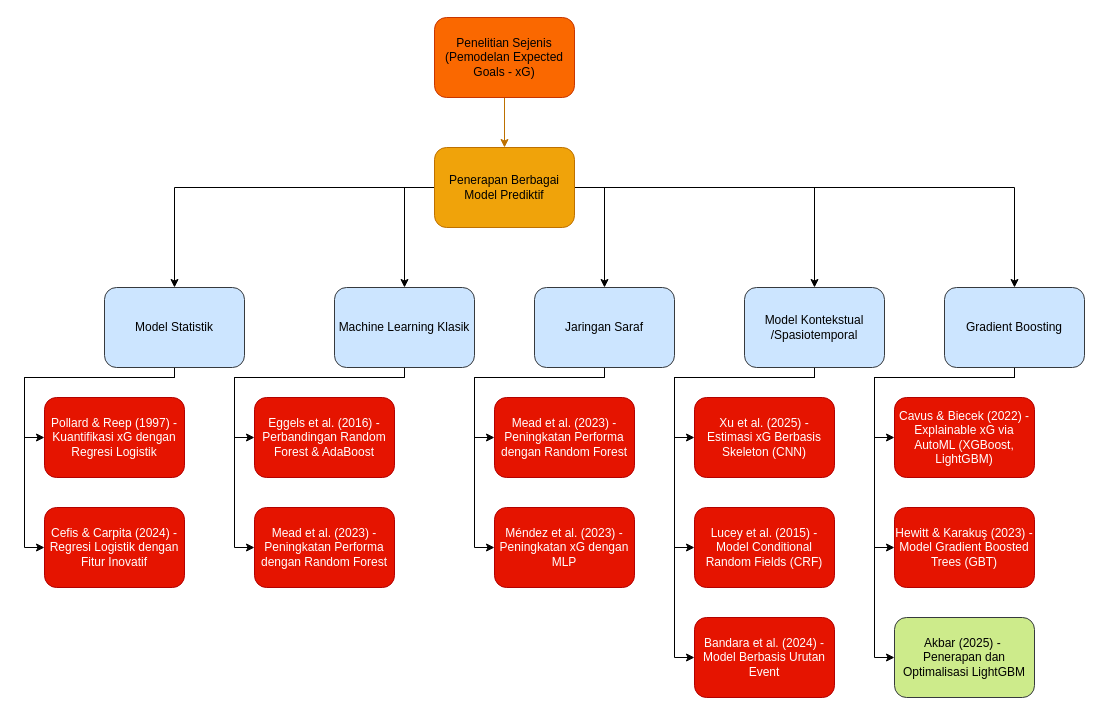
Before: diagrams/ranah penelitian.drawio in fadhilra101/skripsi, a draw.io diagram. Source tidied: cells renumbered, new cells numbered last; positions are measured from the earlier drawing's top-left corner, leaving out a move shared by most shapes. Both pictures are drawn from the tidied source at 100%, with x=0, y=0 at pixel (24, 17).
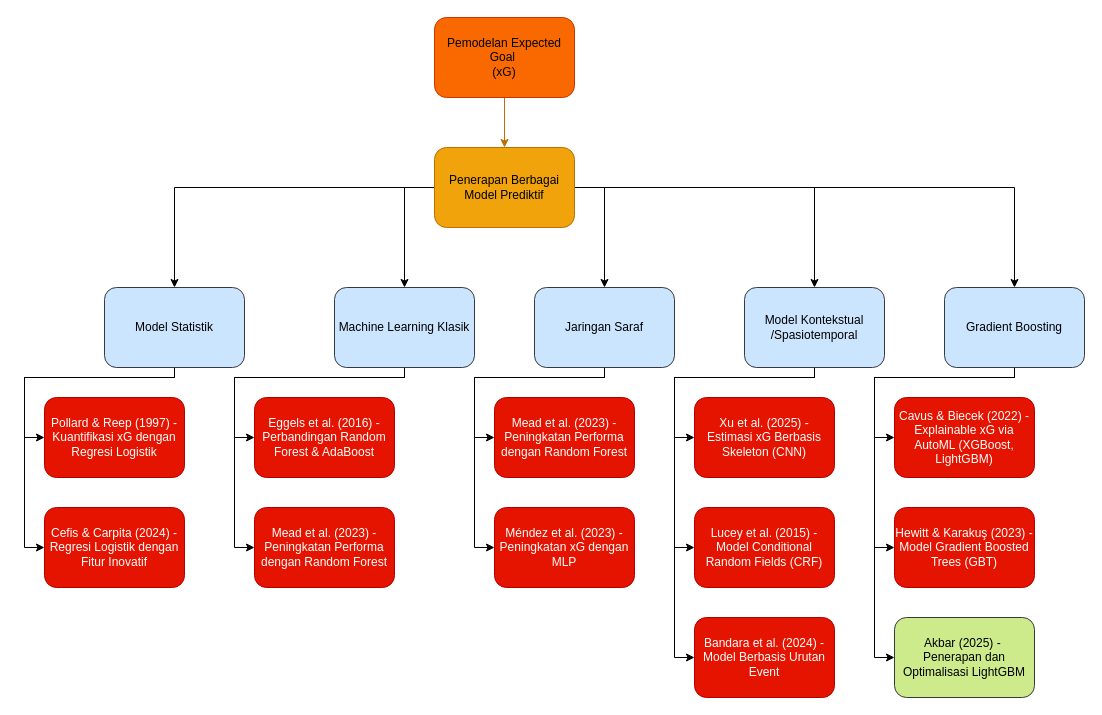
After the change.

Change to the diagram source:
```diff
@@
-    <mxCell id="3" value="Penelitian Sejenis (Pemodelan Expected Goals - xG)" style="rounded=1;whiteSpace=wrap;html=1;fillColor=#fa6800;fontColor=#000000;strokeColor=#C73500;" parent="1" vertex="1">
+    <mxCell id="3" value="&lt;div&gt;&lt;font style=&quot;color: rgb(0, 0, 0);&quot;&gt;Pemodelan Expected Goal&amp;nbsp;&lt;/font&gt;&lt;/div&gt;&lt;div&gt;&lt;span style=&quot;background-color: transparent;&quot;&gt;&lt;font style=&quot;color: rgb(0, 0, 0);&quot;&gt;(xG)&lt;/font&gt;&lt;/span&gt;&lt;/div&gt;" style="rounded=1;whiteSpace=wrap;html=1;fillColor=#fa6800;fontColor=#000000;strokeColor=#C73500;" parent="1" vertex="1">
       <mxGeometry x="410" width="140" height="80" as="geometry" />
     </mxCell>
```
